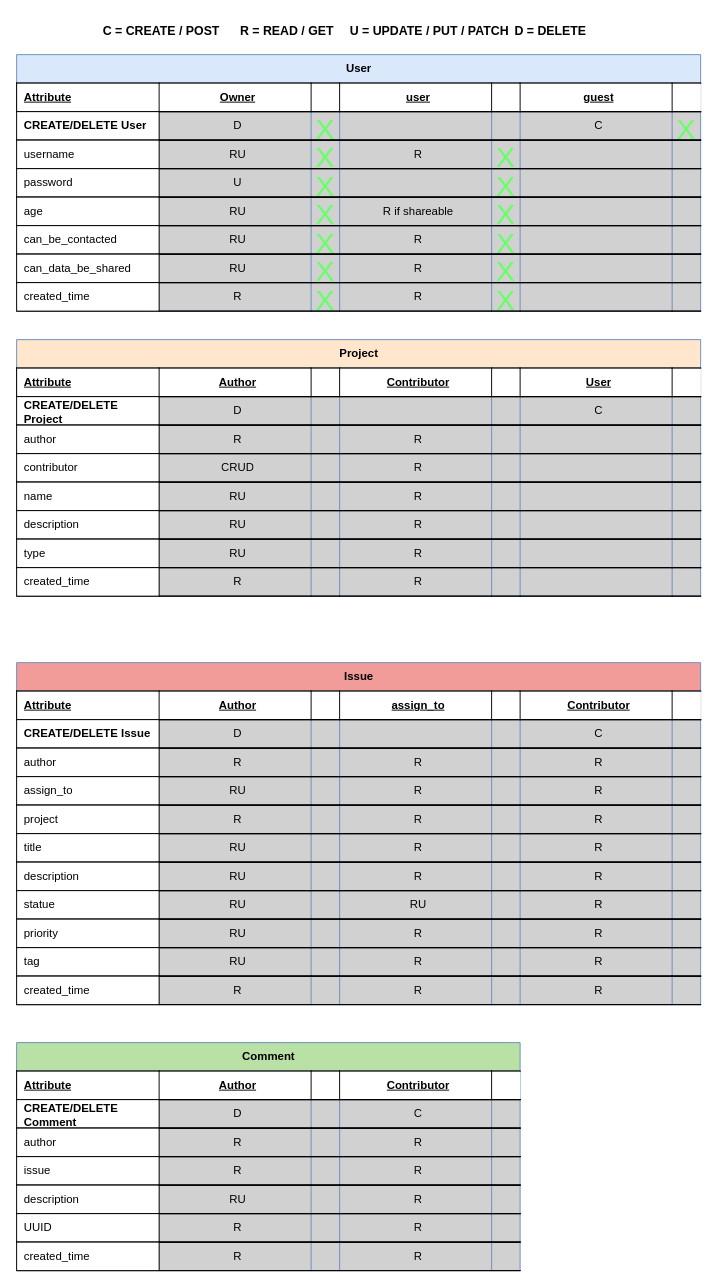
Above: page "Permission" (3 of 3) of SoftDesk_Support/Doc/P10_model.drawio in CuteSlime/P10_Creez_une_API_securisee_RESTful_en_utilisant_Django_REST (draw.io), before the change. Source tidied: cells renumbered, new cells numbered last; positions are measured from the earlier drawing's top-left corner, leaving out a move shared by most shapes. Both pictures are drawn from the tidied source at 95%, with x=0, y=0 at pixel (16, 16).
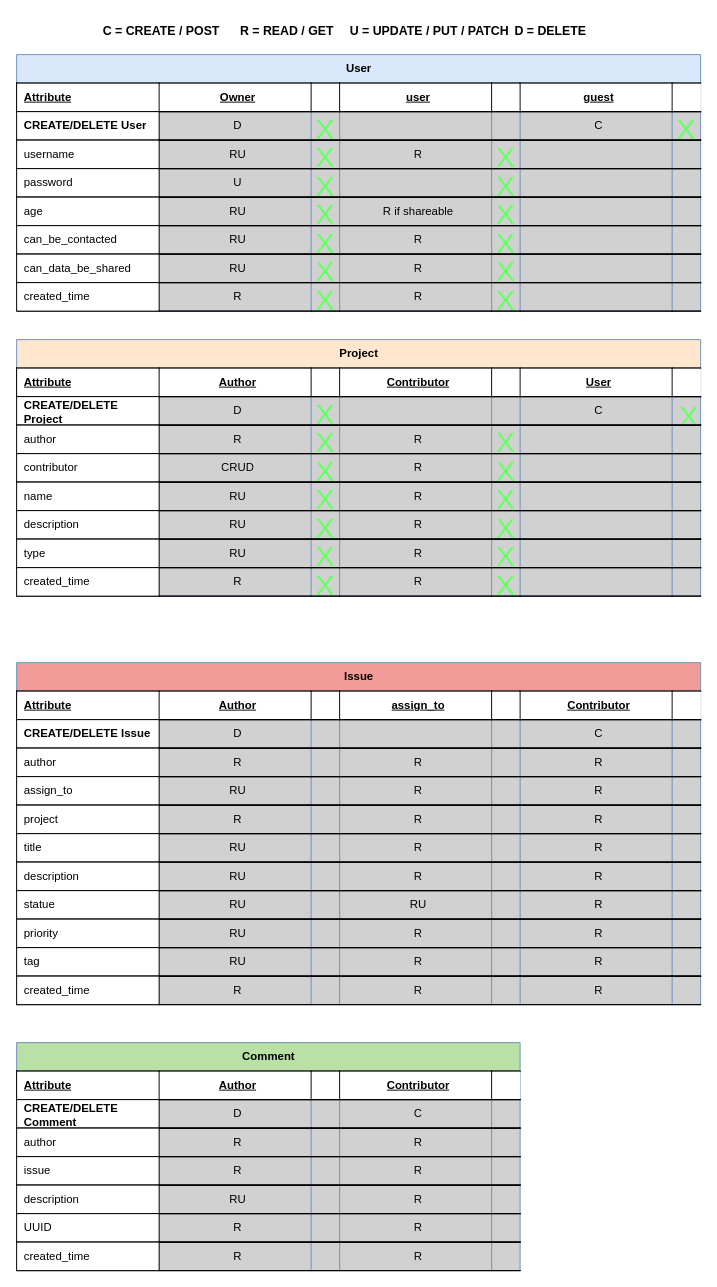
Above is the later version.

Commit message (it also covers changes not shown here):
Mettre à jour P10_model.drawio

The change refers to these unchanged cells:
```xml
<mxCell id="77" style="shape=tableRow;horizontal=0;startSize=0;swimlaneHead=0;swimlaneBody=0;fillColor=none;top=1;left=0;right=0;bottom=1;labelBorderColor=none;" parent="68" vertex="1">
  <mxGeometry y="60" width="720" height="30" as="geometry" />
</mxCell>
<mxCell id="85" style="shape=tableRow;horizontal=0;startSize=0;swimlaneHead=0;swimlaneBody=0;fillColor=none;top=1;left=0;right=0;bottom=1;labelBorderColor=none;" parent="68" vertex="1">
  <mxGeometry y="90" width="720" height="30" as="geometry" />
</mxCell>
<mxCell id="93" style="shape=tableRow;horizontal=0;startSize=0;swimlaneHead=0;swimlaneBody=0;fillColor=none;top=1;left=0;right=0;bottom=1;labelBorderColor=none;" parent="68" vertex="1">
  <mxGeometry y="120" width="720" height="30" as="geometry" />
</mxCell>
<mxCell id="101" style="shape=tableRow;horizontal=0;startSize=0;swimlaneHead=0;swimlaneBody=0;fillColor=none;top=1;left=0;right=0;bottom=1;labelBorderColor=none;" parent="68" vertex="1">
  <mxGeometry y="150" width="720" height="30" as="geometry" />
</mxCell>
<mxCell id="109" style="shape=tableRow;horizontal=0;startSize=0;swimlaneHead=0;swimlaneBody=0;fillColor=none;top=1;left=0;right=0;bottom=1;labelBorderColor=none;" parent="68" vertex="1">
  <mxGeometry y="180" width="720" height="30" as="geometry" />
</mxCell>
<mxCell id="117" style="shape=tableRow;horizontal=0;startSize=0;swimlaneHead=0;swimlaneBody=0;fillColor=none;top=1;left=0;right=0;bottom=1;labelBorderColor=none;" parent="68" vertex="1">
  <mxGeometry y="210" width="720" height="30" as="geometry" />
</mxCell>
<mxCell id="125" style="shape=tableRow;horizontal=0;startSize=0;swimlaneHead=0;swimlaneBody=0;fillColor=none;top=1;left=0;right=0;bottom=1;labelBorderColor=none;" parent="68" vertex="1">
  <mxGeometry y="240" width="720" height="30" as="geometry" />
</mxCell>
```

Diff of the diagram source:
```diff
@@
-    <mxCell id="80" style="shape=partialRectangle;fillColor=none;top=1;left=0;bottom=1;right=0;align=center;spacingLeft=0;overflow=hidden;whiteSpace=wrap;html=1;labelBorderColor=none;strokeColor=default;fontSize=30;fontColor=#66FF66;spacing=0;" parent="77" vertex="1">
+    <mxCell id="80" value="X" style="shape=partialRectangle;fillColor=none;top=1;left=0;bottom=1;right=0;align=center;spacingLeft=0;overflow=hidden;whiteSpace=wrap;html=1;labelBorderColor=none;strokeColor=default;fontSize=30;fontColor=#66FF66;spacing=0;" parent="77" vertex="1">
       <mxGeometry x="310" width="30" height="30" as="geometry" />
     </mxCell>
@@
-    <mxCell id="84" style="shape=partialRectangle;fillColor=none;top=1;left=0;bottom=1;right=0;align=center;spacingLeft=6;overflow=hidden;whiteSpace=wrap;html=1;labelBorderColor=none;strokeColor=default;fontColor=#66FF66;fontSize=30;" parent="77" vertex="1">
+    <mxCell id="84" value="X" style="shape=partialRectangle;fillColor=none;top=1;left=0;bottom=1;right=0;align=center;spacingLeft=6;overflow=hidden;whiteSpace=wrap;html=1;labelBorderColor=none;strokeColor=default;fontColor=#66FF66;fontSize=30;" parent="77" vertex="1">
       <mxGeometry x="690" width="30" height="30" as="geometry" />
     </mxCell>
@@
-    <mxCell id="88" style="shape=partialRectangle;fillColor=none;top=1;left=0;bottom=1;right=0;align=center;spacingLeft=0;overflow=hidden;whiteSpace=wrap;html=1;labelBorderColor=none;strokeColor=default;fontSize=30;fontColor=#66FF66;spacing=0;" parent="85" vertex="1">
+    <mxCell id="88" value="X" style="shape=partialRectangle;fillColor=none;top=1;left=0;bottom=1;right=0;align=center;spacingLeft=0;overflow=hidden;whiteSpace=wrap;html=1;labelBorderColor=none;strokeColor=default;fontSize=30;fontColor=#66FF66;spacing=0;" parent="85" vertex="1">
       <mxGeometry x="310" width="30" height="30" as="geometry" />
     </mxCell>
@@
-    <mxCell id="90" style="shape=partialRectangle;fillColor=none;top=1;left=0;bottom=1;right=0;align=center;spacingLeft=0;overflow=hidden;whiteSpace=wrap;html=1;labelBorderColor=none;strokeColor=default;fontColor=#66FF66;fontSize=30;spacing=0;" parent="85" vertex="1">
+    <mxCell id="90" value="X" style="shape=partialRectangle;fillColor=none;top=1;left=0;bottom=1;right=0;align=center;spacingLeft=0;overflow=hidden;whiteSpace=wrap;html=1;labelBorderColor=none;strokeColor=default;fontColor=#66FF66;fontSize=30;spacing=0;" parent="85" vertex="1">
       <mxGeometry x="500" width="30" height="30" as="geometry" />
     </mxCell>
@@
-    <mxCell id="96" style="shape=partialRectangle;fillColor=none;top=1;left=0;bottom=1;right=0;align=center;spacingLeft=0;overflow=hidden;whiteSpace=wrap;html=1;labelBorderColor=none;strokeColor=default;fontSize=30;fontColor=#66FF66;spacing=0;" parent="93" vertex="1">
+    <mxCell id="96" value="X" style="shape=partialRectangle;fillColor=none;top=1;left=0;bottom=1;right=0;align=center;spacingLeft=0;overflow=hidden;whiteSpace=wrap;html=1;labelBorderColor=none;strokeColor=default;fontSize=30;fontColor=#66FF66;spacing=0;" parent="93" vertex="1">
       <mxGeometry x="310" width="30" height="30" as="geometry" />
     </mxCell>
@@
-    <mxCell id="98" style="shape=partialRectangle;fillColor=none;top=1;left=0;bottom=1;right=0;align=center;spacingLeft=0;overflow=hidden;whiteSpace=wrap;html=1;labelBorderColor=none;strokeColor=default;fontColor=#66FF66;fontSize=30;spacing=0;" parent="93" vertex="1">
+    <mxCell id="98" value="X" style="shape=partialRectangle;fillColor=none;top=1;left=0;bottom=1;right=0;align=center;spacingLeft=0;overflow=hidden;whiteSpace=wrap;html=1;labelBorderColor=none;strokeColor=default;fontColor=#66FF66;fontSize=30;spacing=0;" parent="93" vertex="1">
       <mxGeometry x="500" width="30" height="30" as="geometry" />
     </mxCell>
@@
-    <mxCell id="104" style="shape=partialRectangle;fillColor=none;top=1;left=0;bottom=1;right=0;align=center;spacingLeft=0;overflow=hidden;whiteSpace=wrap;html=1;labelBorderColor=none;strokeColor=default;fontSize=30;fontColor=#66FF66;spacing=0;" parent="101" vertex="1">
+    <mxCell id="104" value="X" style="shape=partialRectangle;fillColor=none;top=1;left=0;bottom=1;right=0;align=center;spacingLeft=0;overflow=hidden;whiteSpace=wrap;html=1;labelBorderColor=none;strokeColor=default;fontSize=30;fontColor=#66FF66;spacing=0;" parent="101" vertex="1">
       <mxGeometry x="310" width="30" height="30" as="geometry" />
     </mxCell>
@@
-    <mxCell id="106" style="shape=partialRectangle;fillColor=none;top=1;left=0;bottom=1;right=0;align=center;spacingLeft=0;overflow=hidden;whiteSpace=wrap;html=1;labelBorderColor=none;strokeColor=default;fontColor=#66FF66;fontSize=30;spacing=0;" parent="101" vertex="1">
+    <mxCell id="106" value="X" style="shape=partialRectangle;fillColor=none;top=1;left=0;bottom=1;right=0;align=center;spacingLeft=0;overflow=hidden;whiteSpace=wrap;html=1;labelBorderColor=none;strokeColor=default;fontColor=#66FF66;fontSize=30;spacing=0;" parent="101" vertex="1">
       <mxGeometry x="500" width="30" height="30" as="geometry" />
     </mxCell>
@@
-    <mxCell id="112" style="shape=partialRectangle;fillColor=none;top=1;left=0;bottom=1;right=0;align=center;spacingLeft=0;overflow=hidden;whiteSpace=wrap;html=1;labelBorderColor=none;strokeColor=default;fontSize=30;fontColor=#66FF66;spacing=0;" parent="109" vertex="1">
+    <mxCell id="112" value="X" style="shape=partialRectangle;fillColor=none;top=1;left=0;bottom=1;right=0;align=center;spacingLeft=0;overflow=hidden;whiteSpace=wrap;html=1;labelBorderColor=none;strokeColor=default;fontSize=30;fontColor=#66FF66;spacing=0;" parent="109" vertex="1">
       <mxGeometry x="310" width="30" height="30" as="geometry" />
     </mxCell>
@@
-    <mxCell id="114" style="shape=partialRectangle;fillColor=none;top=1;left=0;bottom=1;right=0;align=center;spacingLeft=0;overflow=hidden;whiteSpace=wrap;html=1;labelBorderColor=none;strokeColor=default;fontColor=#66FF66;fontSize=30;spacing=0;" parent="109" vertex="1">
+    <mxCell id="114" value="X" style="shape=partialRectangle;fillColor=none;top=1;left=0;bottom=1;right=0;align=center;spacingLeft=0;overflow=hidden;whiteSpace=wrap;html=1;labelBorderColor=none;strokeColor=default;fontColor=#66FF66;fontSize=30;spacing=0;" parent="109" vertex="1">
       <mxGeometry x="500" width="30" height="30" as="geometry" />
     </mxCell>
@@
-    <mxCell id="120" style="shape=partialRectangle;fillColor=none;top=1;left=0;bottom=1;right=0;align=center;spacingLeft=0;overflow=hidden;whiteSpace=wrap;html=1;labelBorderColor=none;strokeColor=default;fontSize=30;fontColor=#66FF66;spacing=0;" parent="117" vertex="1">
+    <mxCell id="120" value="X" style="shape=partialRectangle;fillColor=none;top=1;left=0;bottom=1;right=0;align=center;spacingLeft=0;overflow=hidden;whiteSpace=wrap;html=1;labelBorderColor=none;strokeColor=default;fontSize=30;fontColor=#66FF66;spacing=0;" parent="117" vertex="1">
       <mxGeometry x="310" width="30" height="30" as="geometry" />
     </mxCell>
@@
-    <mxCell id="122" style="shape=partialRectangle;fillColor=none;top=1;left=0;bottom=1;right=0;align=center;spacingLeft=0;overflow=hidden;whiteSpace=wrap;html=1;labelBorderColor=none;strokeColor=default;fontColor=#66FF66;fontSize=30;spacing=0;" parent="117" vertex="1">
+    <mxCell id="122" value="X" style="shape=partialRectangle;fillColor=none;top=1;left=0;bottom=1;right=0;align=center;spacingLeft=0;overflow=hidden;whiteSpace=wrap;html=1;labelBorderColor=none;strokeColor=default;fontColor=#66FF66;fontSize=30;spacing=0;" parent="117" vertex="1">
       <mxGeometry x="500" width="30" height="30" as="geometry" />
     </mxCell>
@@
-    <mxCell id="128" style="shape=partialRectangle;fillColor=none;top=1;left=0;bottom=1;right=0;align=center;spacingLeft=0;overflow=hidden;whiteSpace=wrap;html=1;labelBorderColor=none;strokeColor=default;fontSize=30;fontColor=#66FF66;spacing=0;" parent="125" vertex="1">
+    <mxCell id="128" value="X" style="shape=partialRectangle;fillColor=none;top=1;left=0;bottom=1;right=0;align=center;spacingLeft=0;overflow=hidden;whiteSpace=wrap;html=1;labelBorderColor=none;strokeColor=default;fontSize=30;fontColor=#66FF66;spacing=0;" parent="125" vertex="1">
       <mxGeometry x="310" width="30" height="30" as="geometry" />
     </mxCell>
@@
-    <mxCell id="130" style="shape=partialRectangle;fillColor=none;top=1;left=0;bottom=1;right=0;align=center;spacingLeft=0;overflow=hidden;whiteSpace=wrap;html=1;labelBorderColor=none;strokeColor=default;fontColor=#66FF66;fontSize=30;spacing=0;" parent="125" vertex="1">
+    <mxCell id="130" value="X" style="shape=partialRectangle;fillColor=none;top=1;left=0;bottom=1;right=0;align=center;spacingLeft=0;overflow=hidden;whiteSpace=wrap;html=1;labelBorderColor=none;strokeColor=default;fontColor=#66FF66;fontSize=30;spacing=0;" parent="125" vertex="1">
       <mxGeometry x="500" width="30" height="30" as="geometry" />
     </mxCell>
```
